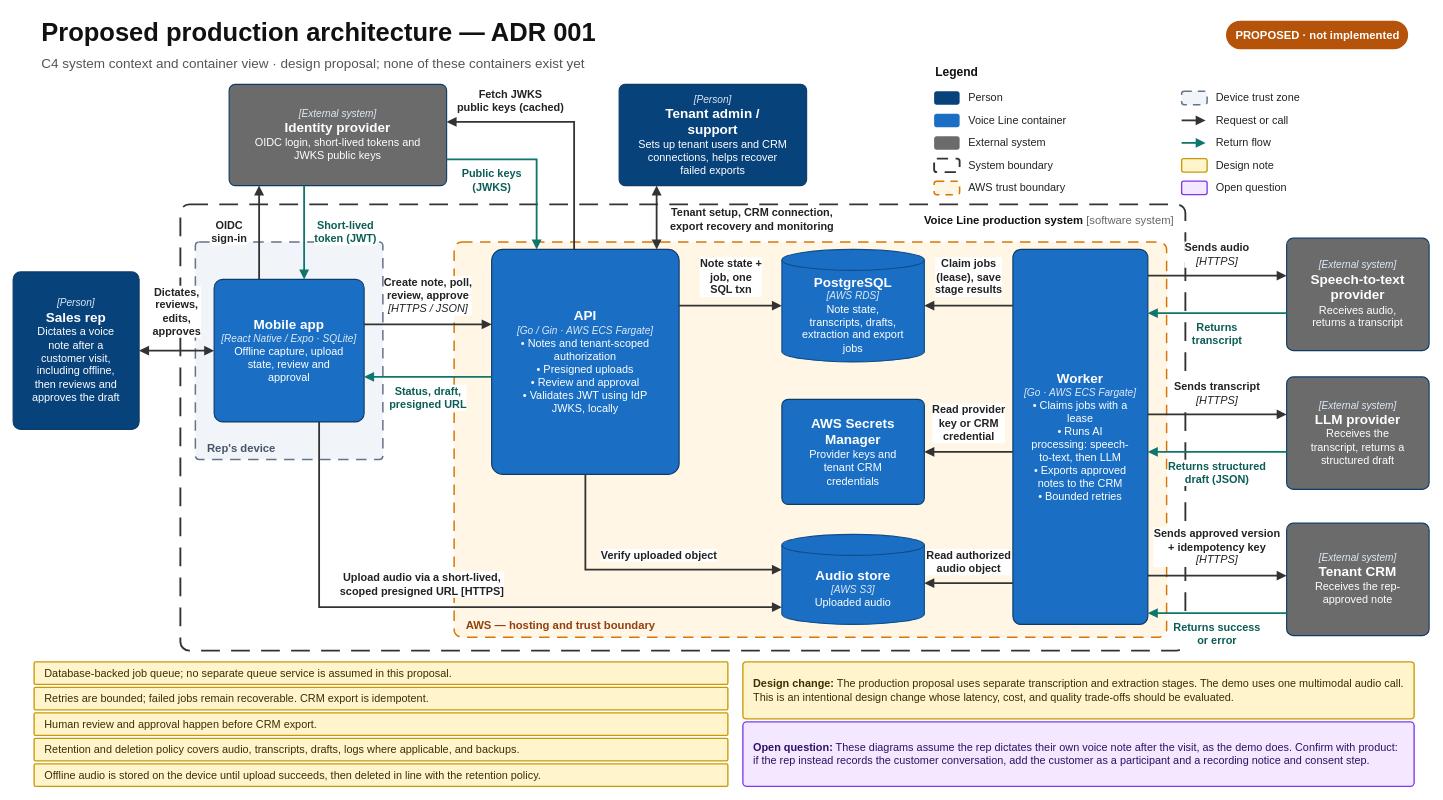
Before: docs/c4-proposed-production.drawio in Antyneskul/voice-notes-demo, a draw.io diagram. Source tidied: cells renumbered, new cells numbered last; positions are measured from the earlier drawing's top-left corner, leaving out a move shared by most shapes. Both pictures are drawn from the tidied source at 75%, with x=0, y=0 at pixel (13, 13).
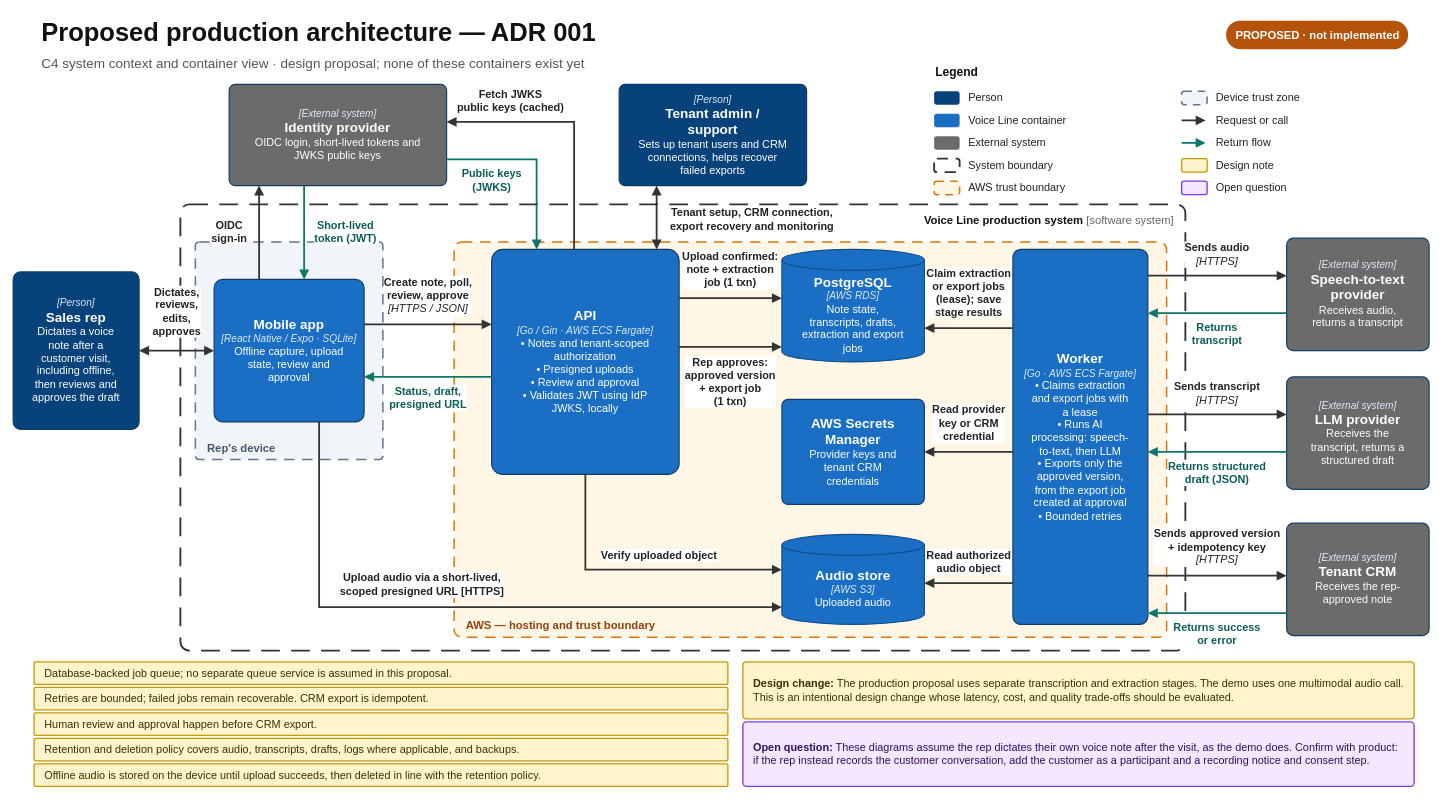
Above is the later version.

Commit message (it also covers changes not shown here):
Show which job each API transaction creates in the production diagram

The change refers to these unchanged cells:
```xml
<mxCell id="12" value="&lt;b style=&quot;font-size:18.0px&quot;&gt;API&lt;/b&gt;&lt;br&gt;&lt;i style=&quot;font-size:13.5px;color:#DCE9F7&quot;&gt;[Go / Gin · AWS ECS Fargate]&lt;/i&gt;&lt;br&gt;&lt;span style=&quot;font-size:14.5px&quot;&gt;• Notes and tenant-scoped&lt;/span&gt;&lt;br&gt;&lt;span style=&quot;font-size:14.5px&quot;&gt;authorization&lt;/span&gt;&lt;br&gt;&lt;span style=&quot;font-size:14.5px&quot;&gt;• Presigned uploads&lt;/span&gt;&lt;br&gt;&lt;span style=&quot;font-size:14.5px&quot;&gt;• Review and approval&lt;/span&gt;&lt;br&gt;&lt;span style=&quot;font-size:14.5px&quot;&gt;• Validates JWT using IdP&lt;/span&gt;&lt;br&gt;&lt;span style=&quot;font-size:14.5px&quot;&gt;JWKS, locally&lt;/span&gt;" style="rounded=1;arcSize=6;html=1;whiteSpace=wrap;fillColor=#1A6FC4;strokeColor=#0E3A66;strokeWidth=1.5;fontColor=#ffffff;" parent="1" vertex="1">
  <mxGeometry x="638" y="315" width="250" height="300" as="geometry" />
</mxCell>
<mxCell id="13" value="&lt;b style=&quot;font-size:18.0px&quot;&gt;PostgreSQL&lt;/b&gt;&lt;br&gt;&lt;i style=&quot;font-size:13.5px;color:#DCE9F7&quot;&gt;[AWS RDS]&lt;/i&gt;&lt;br&gt;&lt;span style=&quot;font-size:14.5px&quot;&gt;Note state,&lt;/span&gt;&lt;br&gt;&lt;span style=&quot;font-size:14.5px&quot;&gt;transcripts, drafts,&lt;/span&gt;&lt;br&gt;&lt;span style=&quot;font-size:14.5px&quot;&gt;extraction and export&lt;/span&gt;&lt;br&gt;&lt;span style=&quot;font-size:14.5px&quot;&gt;jobs&lt;/span&gt;" style="shape=cylinder3;boundedLbl=1;backgroundOutline=1;size=14;html=1;whiteSpace=wrap;fillColor=#1A6FC4;strokeColor=#0E4C8A;strokeWidth=1.5;fontColor=#ffffff;" parent="1" vertex="1">
  <mxGeometry x="1025" y="315" width="190" height="150" as="geometry" />
</mxCell>
```

The edit, as a diff of the source:
```diff
@@
-    <mxCell id="16" value="&lt;b style=&quot;font-size:18.0px&quot;&gt;Worker&lt;/b&gt;&lt;br&gt;&lt;i style=&quot;font-size:13.5px;color:#DCE9F7&quot;&gt;[Go · AWS ECS Fargate]&lt;/i&gt;&lt;br&gt;&lt;span style=&quot;font-size:14.5px&quot;&gt;• Claims jobs with a&lt;/span&gt;&lt;br&gt;&lt;span style=&quot;font-size:14.5px&quot;&gt;lease&lt;/span&gt;&lt;br&gt;&lt;span style=&quot;font-size:14.5px&quot;&gt;• Runs AI&lt;/span&gt;&lt;br&gt;&lt;span style=&quot;font-size:14.5px&quot;&gt;processing: speech-&lt;/span&gt;&lt;br&gt;&lt;span style=&quot;font-size:14.5px&quot;&gt;to-text, then LLM&lt;/span&gt;&lt;br&gt;&lt;span style=&quot;font-size:14.5px&quot;&gt;• Exports approved&lt;/span&gt;&lt;br&gt;&lt;span style=&quot;font-size:14.5px&quot;&gt;notes to the CRM&lt;/span&gt;&lt;br&gt;&lt;span style=&quot;font-size:14.5px&quot;&gt;• Bounded retries&lt;/span&gt;" style="rounded=1;arcSize=6;html=1;whiteSpace=wrap;fillColor=#1A6FC4;strokeColor=#0E3A66;strokeWidth=1.5;fontColor=#ffffff;" parent="1" vertex="1">
+    <mxCell id="16" value="&lt;b style=&quot;font-size:18.0px&quot;&gt;Worker&lt;/b&gt;&lt;br&gt;&lt;i style=&quot;font-size:13.5px;color:#DCE9F7&quot;&gt;[Go · AWS ECS Fargate]&lt;/i&gt;&lt;br&gt;&lt;span style=&quot;font-size:14.5px&quot;&gt;• Claims extraction&lt;/span&gt;&lt;br&gt;&lt;span style=&quot;font-size:14.5px&quot;&gt;and export jobs with&lt;/span&gt;&lt;br&gt;&lt;span style=&quot;font-size:14.5px&quot;&gt;a lease&lt;/span&gt;&lt;br&gt;&lt;span style=&quot;font-size:14.5px&quot;&gt;• Runs AI&lt;/span&gt;&lt;br&gt;&lt;span style=&quot;font-size:14.5px&quot;&gt;processing: speech-&lt;/span&gt;&lt;br&gt;&lt;span style=&quot;font-size:14.5px&quot;&gt;to-text, then LLM&lt;/span&gt;&lt;br&gt;&lt;span style=&quot;font-size:14.5px&quot;&gt;• Exports only the&lt;/span&gt;&lt;br&gt;&lt;span style=&quot;font-size:14.5px&quot;&gt;approved version,&lt;/span&gt;&lt;br&gt;&lt;span style=&quot;font-size:14.5px&quot;&gt;from the export job&lt;/span&gt;&lt;br&gt;&lt;span style=&quot;font-size:14.5px&quot;&gt;created at approval&lt;/span&gt;&lt;br&gt;&lt;span style=&quot;font-size:14.5px&quot;&gt;• Bounded retries&lt;/span&gt;" style="rounded=1;arcSize=6;html=1;whiteSpace=wrap;fillColor=#1A6FC4;strokeColor=#0E3A66;strokeWidth=1.5;fontColor=#ffffff;" parent="1" vertex="1">
       <mxGeometry x="1333" y="315" width="180" height="500" as="geometry" />
     </mxCell>
@@
-    <mxCell id="30" value="Note state +&lt;br&gt;job, one&lt;br&gt;SQL txn" style="endArrow=block;endFill=1;endSize=7;startArrow=none;html=1;rounded=0;strokeColor=#333333;strokeWidth=2.4;exitX=1.0000;exitY=0.2500;exitDx=0;exitDy=0;exitPerimeter=0;entryX=0.0000;entryY=0.5000;entryDx=0;entryDy=0;entryPerimeter=0;labelBackgroundColor=#ffffff;fontSize=14.5;fontColor=#222222;fontStyle=1;align=center;verticalAlign=middle;" parent="1" edge="1" source="12" target="13">
-      <mxGeometry relative="1" as="geometry">
-        <mxPoint x="-0.5" y="-37.7" as="offset" />
-      </mxGeometry>
-    </mxCell>
+    <mxCell id="68" value="Upload confirmed:&lt;br&gt;note + extraction&lt;br&gt;job (1 txn)" style="endArrow=block;endFill=1;endSize=7;startArrow=none;html=1;rounded=0;strokeColor=#333333;strokeWidth=2.4;exitX=1.0000;exitY=0.2167;exitDx=0;exitDy=0;exitPerimeter=0;entryX=0.0000;entryY=0.4333;entryDx=0;entryDy=0;entryPerimeter=0;labelBackgroundColor=#ffffff;fontSize=14.5;fontColor=#222222;fontStyle=1;align=center;verticalAlign=middle;" parent="1" edge="1" source="12" target="13">
+      <mxGeometry relative="1" as="geometry">
+        <mxPoint x="-0.5" y="-37.7" as="offset" />
+      </mxGeometry>
+    </mxCell>
+    <mxCell id="69" value="Rep approves:&lt;br&gt;approved version&lt;br&gt;+ export job&lt;br&gt;(1 txn)" style="endArrow=block;endFill=1;endSize=7;startArrow=none;html=1;rounded=0;strokeColor=#333333;strokeWidth=2.4;exitX=1.0000;exitY=0.4333;exitDx=0;exitDy=0;exitPerimeter=0;entryX=0.0000;entryY=0.8667;entryDx=0;entryDy=0;entryPerimeter=0;labelBackgroundColor=#ffffff;fontSize=14.5;fontColor=#222222;fontStyle=1;align=center;verticalAlign=middle;" parent="1" edge="1" source="12" target="13">
+      <mxGeometry relative="1" as="geometry">
+        <mxPoint x="-0.5" y="47.3" as="offset" />
+      </mxGeometry>
+    </mxCell>
-    <mxCell id="31" value="Claim jobs&lt;br&gt;(lease), save&lt;br&gt;stage results" style="endArrow=block;endFill=1;endSize=7;startArrow=none;html=1;rounded=0;strokeColor=#333333;strokeWidth=2.4;exitX=0.0000;exitY=0.1500;exitDx=0;exitDy=0;exitPerimeter=0;entryX=1.0000;entryY=0.5000;entryDx=0;entryDy=0;entryPerimeter=0;labelBackgroundColor=#ffffff;fontSize=14.5;fontColor=#222222;fontStyle=1;align=center;verticalAlign=middle;" parent="1" edge="1" source="16" target="13">
+    <mxCell id="31" value="Claim extraction&lt;br&gt;or export jobs&lt;br&gt;(lease); save&lt;br&gt;stage results" style="endArrow=block;endFill=1;endSize=7;startArrow=none;html=1;rounded=0;strokeColor=#333333;strokeWidth=2.4;exitX=0.0000;exitY=0.2100;exitDx=0;exitDy=0;exitPerimeter=0;entryX=1.0000;entryY=0.7000;entryDx=0;entryDy=0;entryPerimeter=0;labelBackgroundColor=#ffffff;fontSize=14.5;fontColor=#222222;fontStyle=1;align=center;verticalAlign=middle;" parent="1" edge="1" source="16" target="13">
       <mxGeometry relative="1" as="geometry">
-        <mxPoint y="-37.7" as="offset" />
+        <mxPoint y="-47.3" as="offset" />
       </mxGeometry>
     </mxCell>
```
